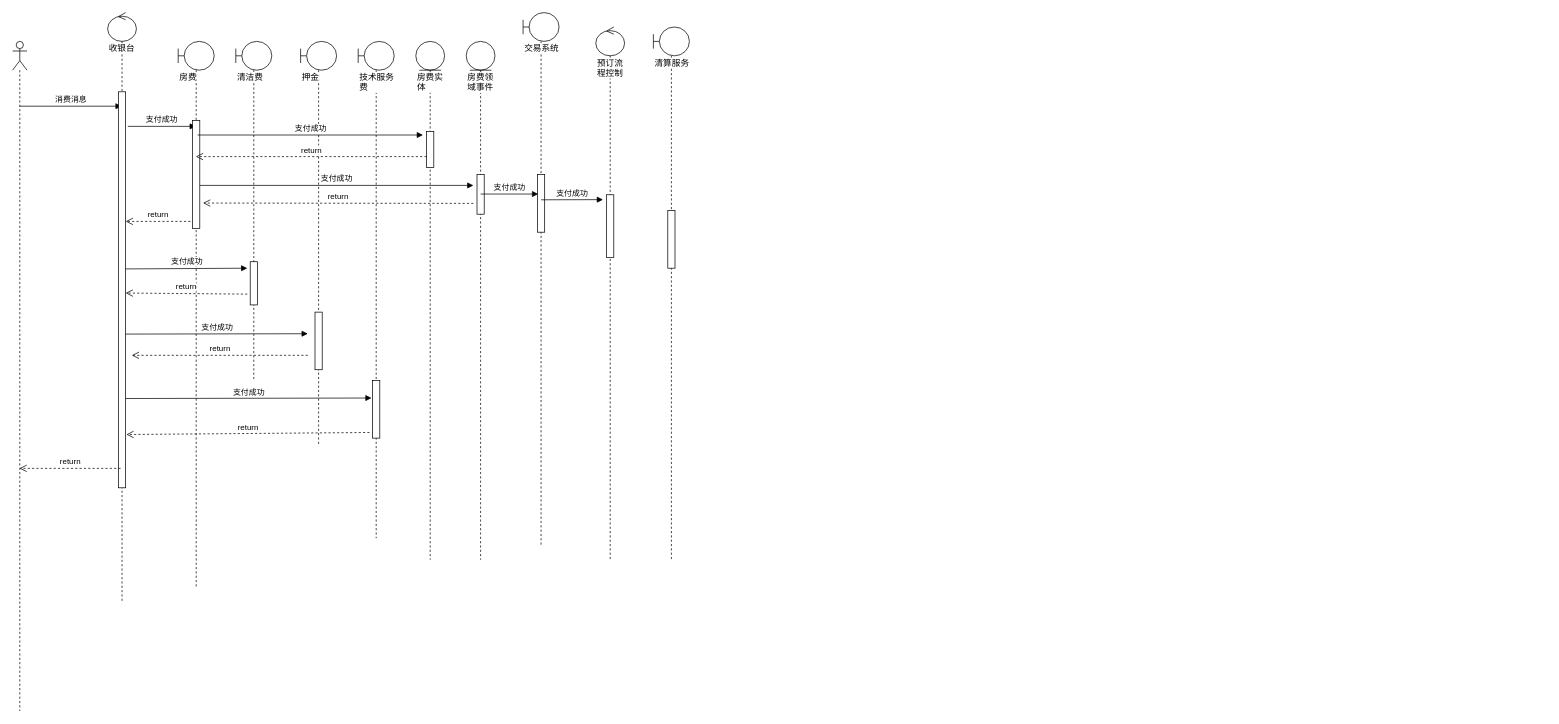
Before: page "支付成功广播" (7 of 7) of 支付中心.drawio in NonePro/UML, a draw.io diagram. Source tidied: cells renumbered, new cells numbered last; positions are measured from the earlier drawing's top-left corner, leaving out a move shared by most shapes. Both pictures are drawn from the tidied source at 72%, with x=0, y=0 at pixel (12, 12).
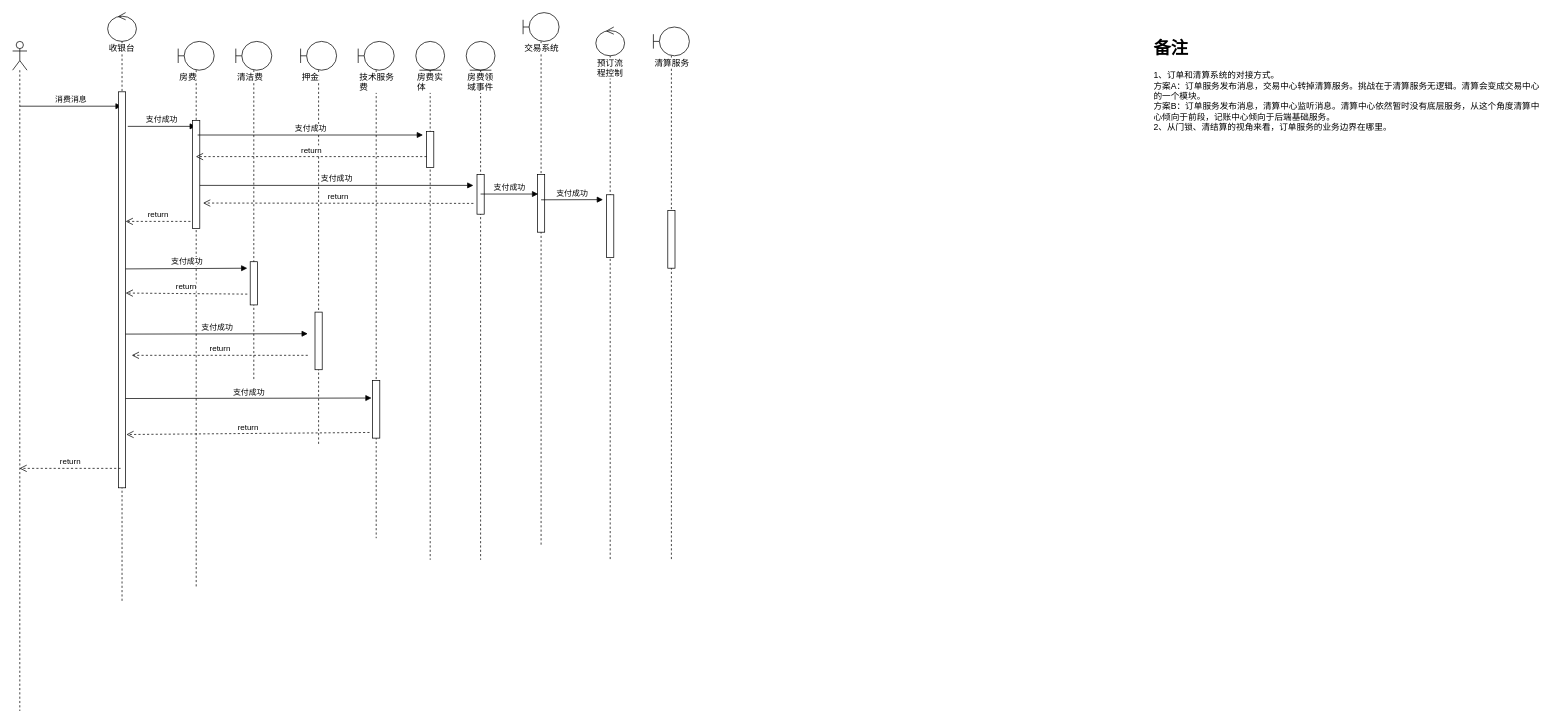
After the change.

Commit message:
清结算订单对接

Diff of the diagram source:
```diff
@@
+    <mxCell id="39" value="&lt;h1&gt;备注&lt;/h1&gt;&lt;div&gt;1、订单和清算系统的对接方式。&lt;/div&gt;&lt;div&gt;方案A：订单服务发布消息，交易中心转掉清算服务。挑战在于清算服务无逻辑。清算会变成交易中心的一个模块。&lt;/div&gt;&lt;div&gt;方案B：订单服务发布消息，清算中心监听消息。清算中心依然暂时没有底层服务，从这个角度清算中心倾向于前段，记账中心倾向于后端基础服务。&lt;/div&gt;&lt;div&gt;2、从门锁、清结算的视角来看，订单服务的业务边界在哪里。&lt;/div&gt;&lt;div&gt;&lt;br&gt;&lt;/div&gt;" style="text;html=1;strokeColor=none;fillColor=none;spacing=5;spacingTop=-20;whiteSpace=wrap;overflow=hidden;rounded=0;align=left;" parent="1" vertex="1">
+      <mxGeometry x="1580" y="30" width="550" height="300" as="geometry" />
+    </mxCell>
```
